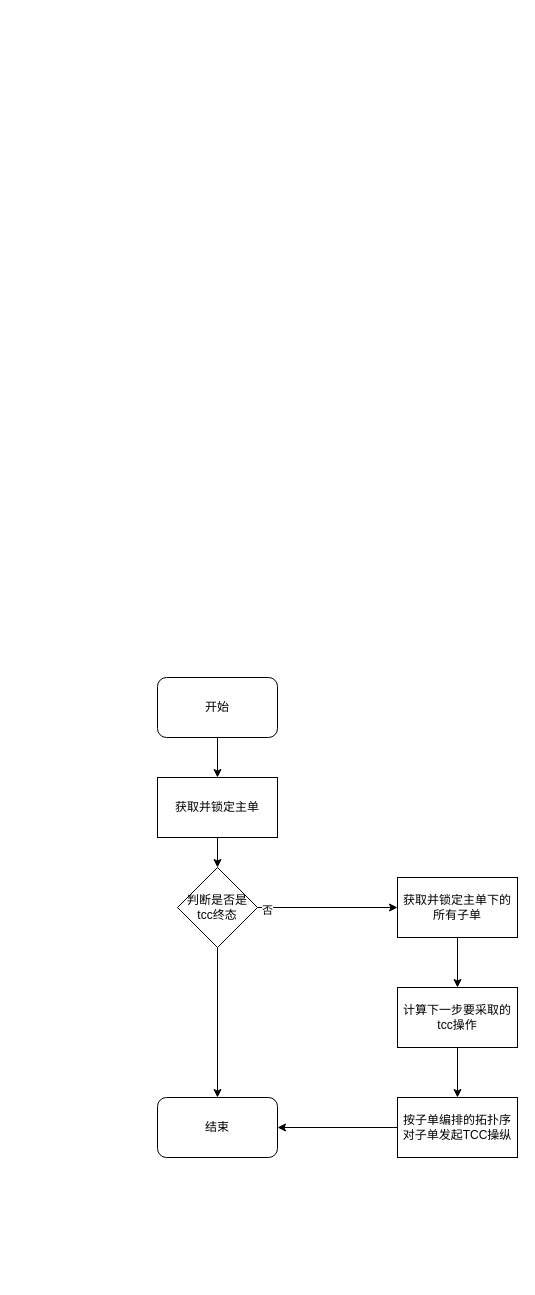
The draw.io diagram 业务一致性协调流程.drawio in catface996/images, before the edit. Source tidied: cells renumbered, new cells numbered last; positions are measured from the earlier drawing's top-left corner, leaving out a move shared by most shapes. Both pictures are drawn from the tidied source at 100%, with x=0, y=0 at pixel (157, 677).
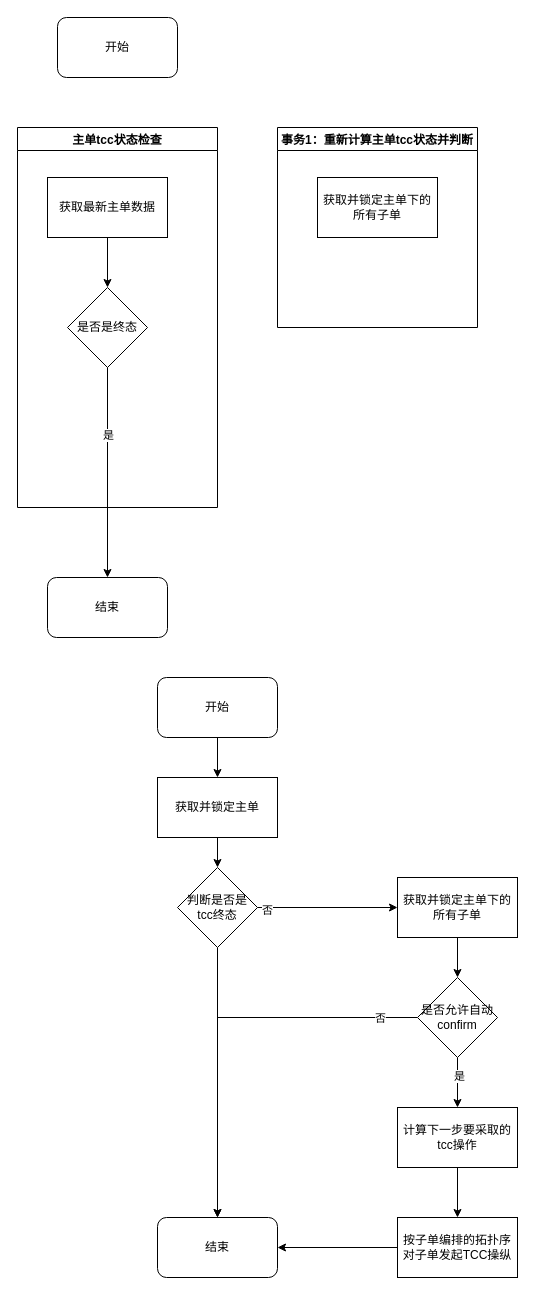
After the change.

Commit message (it also covers changes not shown here):
更新业务一致性协调流程.drawio

Unchanged cells that the change refers to:
```xml
<mxCell id="14" value="获取并锁定主单下的所有子单" style="rounded=0;whiteSpace=wrap;html=1;" parent="1" vertex="1">
  <mxGeometry x="240" y="200" width="120" height="60" as="geometry" />
</mxCell>
```

What changed in the source:
```diff
@@
     <mxCell id="4" value="结束" style="rounded=1;whiteSpace=wrap;html=1;" parent="1" vertex="1">
-      <mxGeometry y="420" width="120" height="60" as="geometry" />
+      <mxGeometry y="540" width="120" height="60" as="geometry" />
     </mxCell>
@@
     <mxCell id="8" value="按子单编排的拓扑序对子单发起TCC操纵" style="rounded=0;whiteSpace=wrap;html=1;" parent="1" vertex="1">
-      <mxGeometry x="240" y="420" width="120" height="60" as="geometry" />
+      <mxGeometry x="240" y="540" width="120" height="60" as="geometry" />
     </mxCell>
@@
+    <mxCell id="17" style="edgeStyle=orthogonalEdgeStyle;rounded=0;jettySize=auto;html=1;entryX=0.5;entryY=0;entryDx=0;entryDy=0;" parent="1" edge="1" source="14" target="22">
+      <mxGeometry relative="1" as="geometry" />
+    </mxCell>
@@
-    <mxCell id="15" style="edgeStyle=orthogonalEdgeStyle;rounded=0;jettySize=auto;html=1;entryX=0.5;entryY=0;entryDx=0;entryDy=0;" parent="1" edge="1" source="14" target="16">
-      <mxGeometry relative="1" as="geometry" />
-    </mxCell>
     <mxCell id="16" value="计算下一步要采取的tcc操作" style="rounded=0;whiteSpace=wrap;html=1;" parent="1" vertex="1">
-      <mxGeometry x="240" y="310" width="120" height="60" as="geometry" />
+      <mxGeometry x="240" y="430" width="120" height="60" as="geometry" />
     </mxCell>
+    <mxCell id="18" style="edgeStyle=orthogonalEdgeStyle;rounded=0;jettySize=auto;html=1;entryX=0.5;entryY=0;entryDx=0;entryDy=0;" parent="1" edge="1" source="22" target="16">
+      <mxGeometry relative="1" as="geometry" />
+    </mxCell>
+    <mxCell id="19" value="是" style="edgeLabel;html=1;align=center;verticalAlign=middle;" parent="18" vertex="1">
+      <mxGeometry x="-0.3" y="1" relative="1" as="geometry" />
+    </mxCell>
+    <mxCell id="20" style="edgeStyle=orthogonalEdgeStyle;rounded=0;jettySize=auto;html=1;entryX=0.5;entryY=0;entryDx=0;entryDy=0;" parent="1" edge="1" source="22" target="4">
+      <mxGeometry relative="1" as="geometry" />
+    </mxCell>
+    <mxCell id="21" value="否" style="edgeLabel;html=1;align=center;verticalAlign=middle;" parent="20" vertex="1">
+      <mxGeometry x="-0.81" relative="1" as="geometry" />
+    </mxCell>
+    <mxCell id="22" value="是否允许自动confirm" style="rhombus;whiteSpace=wrap;html=1;" parent="1" vertex="1">
+      <mxGeometry x="260" y="300" width="80" height="80" as="geometry" />
+    </mxCell>
+    <mxCell id="23" value="开始" style="rounded=1;whiteSpace=wrap;html=1;" parent="1" vertex="1">
+      <mxGeometry x="-100" y="-660" width="120" height="60" as="geometry" />
+    </mxCell>
+    <mxCell id="24" value="主单tcc状态检查" style="swimlane;" parent="1" vertex="1">
+      <mxGeometry x="-140" y="-550" width="200" height="380" as="geometry" />
+    </mxCell>
+    <mxCell id="25" style="edgeStyle=orthogonalEdgeStyle;rounded=0;jettySize=auto;html=1;entryX=0.5;entryY=0;entryDx=0;entryDy=0;" parent="24" edge="1" source="26" target="27">
+      <mxGeometry relative="1" as="geometry" />
+    </mxCell>
+    <mxCell id="26" value="获取最新主单数据" style="rounded=0;whiteSpace=wrap;html=1;" parent="24" vertex="1">
+      <mxGeometry x="30" y="50" width="120" height="60" as="geometry" />
+    </mxCell>
+    <mxCell id="27" value="是否是终态" style="rhombus;whiteSpace=wrap;html=1;" parent="24" vertex="1">
+      <mxGeometry x="50" y="160" width="80" height="80" as="geometry" />
+    </mxCell>
+    <mxCell id="28" value="事务1：重新计算主单tcc状态并判断" style="swimlane;" parent="1" vertex="1">
+      <mxGeometry x="120" y="-550" width="200" height="200" as="geometry" />
+    </mxCell>
+    <mxCell id="29" value="获取并锁定主单下的所有子单" style="rounded=0;whiteSpace=wrap;html=1;" parent="28" vertex="1">
+      <mxGeometry x="40" y="50" width="120" height="60" as="geometry" />
+    </mxCell>
+    <mxCell id="30" value="结束" style="rounded=1;whiteSpace=wrap;html=1;" parent="1" vertex="1">
+      <mxGeometry x="-110" y="-100" width="120" height="60" as="geometry" />
+    </mxCell>
+    <mxCell id="31" style="edgeStyle=orthogonalEdgeStyle;rounded=0;jettySize=auto;html=1;entryX=0.5;entryY=0;entryDx=0;entryDy=0;" parent="1" edge="1" source="27" target="30">
+      <mxGeometry relative="1" as="geometry" />
+    </mxCell>
+    <mxCell id="32" value="是" style="edgeLabel;html=1;align=center;verticalAlign=middle;" parent="31" vertex="1">
+      <mxGeometry x="-0.37" relative="1" as="geometry">
+        <mxPoint y="1" as="offset" />
+      </mxGeometry>
+    </mxCell>
```
